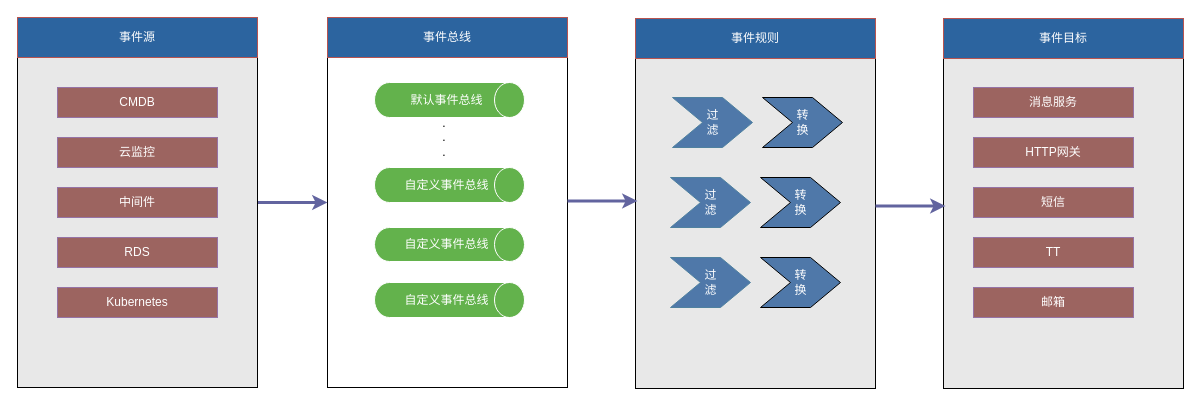
The draw.io diagram OPPO事件管理架构.drawio in qiangyin/zipkin-server, before the edit. Source tidied: cells renumbered, new cells numbered last; positions are measured from the earlier drawing's top-left corner, leaving out a move shared by most shapes. Both pictures are drawn from the tidied source at 100%, with x=0, y=0 at pixel (17, 17).
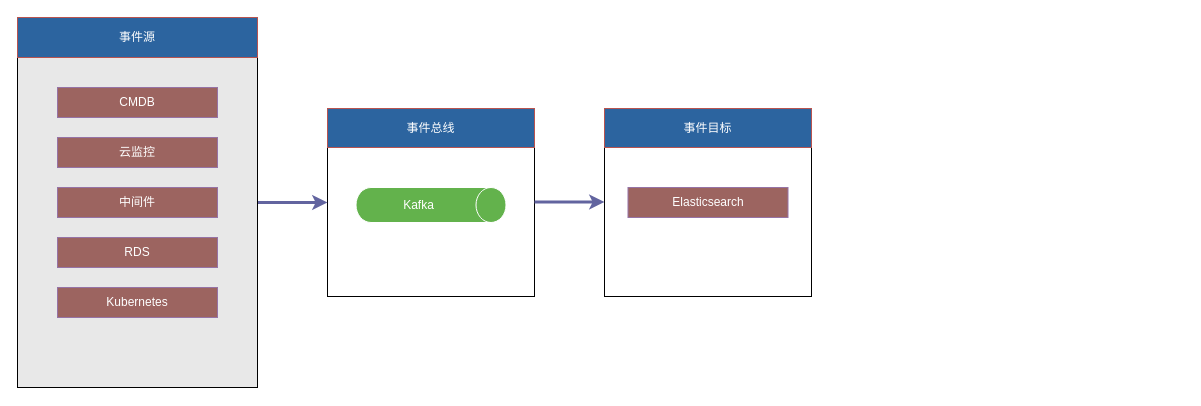
The same diagram, later.

Commit message:
更新OPPO事件管理架构.drawio

The edit, as a diff of the source:
```diff
@@
     <mxCell id="2" style="rounded=0;whiteSpace=wrap;html=1;fillColor=#FFFFFF;" parent="1" vertex="1">
-      <mxGeometry x="310" width="240" height="370" as="geometry" />
+      <mxGeometry x="310" y="91" width="207" height="188" as="geometry" />
     </mxCell>
@@
-    <mxCell id="11" value="&lt;font color=&quot;#ffffff&quot;&gt;&amp;nbsp; &amp;nbsp; &amp;nbsp; 默认事件总线&lt;/font&gt;" style="shape=cylinder3;whiteSpace=wrap;html=1;boundedLbl=1;backgroundOutline=1;size=15;direction=south;fillColor=#63b24c;strokeColor=#ffffff;" parent="1" vertex="1">
-      <mxGeometry x="357" y="65" width="150" height="35" as="geometry" />
-    </mxCell>
-    <mxCell id="12" value="&lt;font color=&quot;#ffffff&quot;&gt;&amp;nbsp; &amp;nbsp; &amp;nbsp; 自定义事件总线&lt;/font&gt;" style="shape=cylinder3;whiteSpace=wrap;html=1;boundedLbl=1;backgroundOutline=1;size=15;direction=south;fillColor=#63b24c;strokeColor=#ffffff;" parent="1" vertex="1">
-      <mxGeometry x="357" y="150" width="150" height="35" as="geometry" />
+    <mxCell id="12" value="&lt;font color=&quot;#ffffff&quot;&gt;Kafka&lt;/font&gt;" style="shape=cylinder3;whiteSpace=wrap;html=1;boundedLbl=1;backgroundOutline=1;size=15;direction=south;fillColor=#63b24c;strokeColor=#ffffff;" parent="1" vertex="1">
+      <mxGeometry x="338.5" y="170" width="150" height="35" as="geometry" />
     </mxCell>
-    <mxCell id="13" value="&lt;font color=&quot;#ffffff&quot;&gt;&amp;nbsp; &amp;nbsp; &amp;nbsp; 自定义事件总线&lt;/font&gt;" style="shape=cylinder3;whiteSpace=wrap;html=1;boundedLbl=1;backgroundOutline=1;size=15;direction=south;fillColor=#63b24c;strokeColor=#ffffff;" parent="1" vertex="1">
-      <mxGeometry x="357" y="210" width="150" height="34" as="geometry" />
-    </mxCell>
-    <mxCell id="14" value="&lt;font color=&quot;#ffffff&quot;&gt;&amp;nbsp; &amp;nbsp; &amp;nbsp; 自定义事件总线&lt;/font&gt;" style="shape=cylinder3;whiteSpace=wrap;html=1;boundedLbl=1;backgroundOutline=1;size=15;direction=south;fillColor=#63b24c;strokeColor=#ffffff;" parent="1" vertex="1">
-      <mxGeometry x="357" y="265" width="150" height="35" as="geometry" />
-    </mxCell>
-    <mxCell id="15" value=".&lt;div&gt;.&lt;/div&gt;&lt;div&gt;.&lt;/div&gt;" style="text;html=1;align=center;verticalAlign=middle;whiteSpace=wrap;rounded=0;strokeWidth=4;" parent="1" vertex="1">
-      <mxGeometry x="402" y="100" width="50" height="40" as="geometry" />
-    </mxCell>
     <mxCell id="16" value="&lt;font color=&quot;#ffffff&quot;&gt;事件总线&lt;/font&gt;" style="text;html=1;align=center;verticalAlign=middle;whiteSpace=wrap;rounded=0;fillColor=#2C649F;strokeColor=#b85450;" parent="1" vertex="1">
-      <mxGeometry x="310" width="240" height="40" as="geometry" />
+      <mxGeometry x="310" y="91" width="207" height="39" as="geometry" />
     </mxCell>
-    <mxCell id="17" style="rounded=0;whiteSpace=wrap;html=1;fillColor=#E8E8E8;" parent="1" vertex="1">
-      <mxGeometry x="618" y="1" width="240" height="370" as="geometry" />
-    </mxCell>
-    <mxCell id="18" value="&lt;font color=&quot;#ffffff&quot;&gt;事件规则&lt;/font&gt;" style="text;html=1;align=center;verticalAlign=middle;whiteSpace=wrap;rounded=0;fillColor=#2C649F;strokeColor=#b85450;" parent="1" vertex="1">
-      <mxGeometry x="618" y="1" width="240" height="40" as="geometry" />
-    </mxCell>
-    <mxCell id="19" value="&lt;font color=&quot;#ffffff&quot;&gt;过&lt;/font&gt;&lt;div&gt;&lt;font color=&quot;#ffffff&quot;&gt;滤&lt;/font&gt;&lt;/div&gt;" style="html=1;shadow=0;dashed=0;align=center;verticalAlign=middle;shape=mxgraph.arrows2.arrow;dy=0;dx=30;notch=30;strokeColor=#4F819F;fillColor=#4F78A9;" parent="1" vertex="1">
-      <mxGeometry x="655" y="80" width="80" height="50" as="geometry" />
-    </mxCell>
-    <mxCell id="20" value="&lt;font color=&quot;#ffffff&quot;&gt;转&lt;/font&gt;&lt;div&gt;&lt;font color=&quot;#ffffff&quot;&gt;换&lt;/font&gt;&lt;/div&gt;" style="html=1;shadow=0;dashed=0;align=center;verticalAlign=middle;shape=mxgraph.arrows2.arrow;dy=0;dx=30;notch=30;fillColor=#4F78A9;" parent="1" vertex="1">
-      <mxGeometry x="745" y="80" width="80" height="50" as="geometry" />
-    </mxCell>
-    <mxCell id="21" value="&lt;font color=&quot;#ffffff&quot;&gt;过&lt;/font&gt;&lt;div&gt;&lt;font color=&quot;#ffffff&quot;&gt;滤&lt;/font&gt;&lt;/div&gt;" style="html=1;shadow=0;dashed=0;align=center;verticalAlign=middle;shape=mxgraph.arrows2.arrow;dy=0;dx=30;notch=30;strokeColor=#4F819F;fillColor=#4F78A9;" parent="1" vertex="1">
-      <mxGeometry x="653" y="160" width="80" height="50" as="geometry" />
-    </mxCell>
-    <mxCell id="22" value="&lt;font color=&quot;#ffffff&quot;&gt;转&lt;/font&gt;&lt;div&gt;&lt;font color=&quot;#ffffff&quot;&gt;换&lt;/font&gt;&lt;/div&gt;" style="html=1;shadow=0;dashed=0;align=center;verticalAlign=middle;shape=mxgraph.arrows2.arrow;dy=0;dx=30;notch=30;fillColor=#4F78A9;" parent="1" vertex="1">
-      <mxGeometry x="743" y="160" width="80" height="50" as="geometry" />
-    </mxCell>
-    <mxCell id="23" value="&lt;font color=&quot;#ffffff&quot;&gt;过&lt;/font&gt;&lt;div&gt;&lt;font color=&quot;#ffffff&quot;&gt;滤&lt;/font&gt;&lt;/div&gt;" style="html=1;shadow=0;dashed=0;align=center;verticalAlign=middle;shape=mxgraph.arrows2.arrow;dy=0;dx=30;notch=30;strokeColor=#4F819F;fillColor=#4F78A9;" parent="1" vertex="1">
-      <mxGeometry x="653" y="240" width="80" height="50" as="geometry" />
-    </mxCell>
-    <mxCell id="24" value="&lt;font color=&quot;#ffffff&quot;&gt;转&lt;/font&gt;&lt;div&gt;&lt;font color=&quot;#ffffff&quot;&gt;换&lt;/font&gt;&lt;/div&gt;" style="html=1;shadow=0;dashed=0;align=center;verticalAlign=middle;shape=mxgraph.arrows2.arrow;dy=0;dx=30;notch=30;fillColor=#4F78A9;" parent="1" vertex="1">
-      <mxGeometry x="743" y="240" width="80" height="50" as="geometry" />
-    </mxCell>
-    <mxCell id="25" style="rounded=0;whiteSpace=wrap;html=1;fillColor=#E8E8E8;" parent="1" vertex="1">
-      <mxGeometry x="926" y="1" width="240" height="370" as="geometry" />
-    </mxCell>
+    <mxCell id="32" style="edgeStyle=orthogonalEdgeStyle;rounded=0;orthogonalLoop=1;jettySize=auto;html=1;strokeColor=#62649F;strokeWidth=3;" parent="1" edge="1">
+      <mxGeometry relative="1" as="geometry">
+        <mxPoint x="517" y="184.5" as="sourcePoint" />
+        <mxPoint x="587" y="184.5" as="targetPoint" />
+      </mxGeometry>
+    </mxCell>
+    <mxCell id="34" style="rounded=0;whiteSpace=wrap;html=1;fillColor=#FFFFFF;" parent="1" vertex="1">
+      <mxGeometry x="587" y="91" width="207" height="188" as="geometry" />
+    </mxCell>
     <mxCell id="26" value="&lt;font color=&quot;#ffffff&quot;&gt;事件目标&lt;/font&gt;" style="text;html=1;align=center;verticalAlign=middle;whiteSpace=wrap;rounded=0;fillColor=#2C649F;strokeColor=#b85450;" parent="1" vertex="1">
-      <mxGeometry x="926" y="1" width="240" height="40" as="geometry" />
+      <mxGeometry x="587" y="91" width="207" height="39" as="geometry" />
     </mxCell>
-    <mxCell id="27" value="&lt;font color=&quot;#ffffff&quot;&gt;消息服务&lt;/font&gt;" style="text;html=1;align=center;verticalAlign=middle;whiteSpace=wrap;rounded=0;fillColor=#9C6460;strokeColor=#9673a6;" parent="1" vertex="1">
-      <mxGeometry x="956" y="70" width="160" height="30" as="geometry" />
-    </mxCell>
-    <mxCell id="28" value="&lt;font color=&quot;#ffffff&quot;&gt;短信&lt;/font&gt;" style="text;html=1;align=center;verticalAlign=middle;whiteSpace=wrap;rounded=0;fillColor=#9C6460;strokeColor=#9673a6;" parent="1" vertex="1">
-      <mxGeometry x="956" y="170" width="160" height="30" as="geometry" />
-    </mxCell>
-    <mxCell id="29" value="&lt;font color=&quot;#ffffff&quot;&gt;TT&lt;/font&gt;" style="text;html=1;align=center;verticalAlign=middle;whiteSpace=wrap;rounded=0;fillColor=#9C6460;strokeColor=#9673a6;" parent="1" vertex="1">
-      <mxGeometry x="956" y="220" width="160" height="30" as="geometry" />
-    </mxCell>
-    <mxCell id="30" value="&lt;font color=&quot;#ffffff&quot;&gt;邮箱&lt;/font&gt;" style="text;html=1;align=center;verticalAlign=middle;whiteSpace=wrap;rounded=0;fillColor=#9C6460;strokeColor=#9673a6;" parent="1" vertex="1">
-      <mxGeometry x="956" y="270" width="160" height="30" as="geometry" />
-    </mxCell>
-    <mxCell id="31" value="&lt;font color=&quot;#ffffff&quot;&gt;HTTP网关&lt;/font&gt;" style="text;html=1;align=center;verticalAlign=middle;whiteSpace=wrap;rounded=0;fillColor=#9C6460;strokeColor=#9673a6;" parent="1" vertex="1">
-      <mxGeometry x="956" y="120" width="160" height="30" as="geometry" />
-    </mxCell>
-    <mxCell id="32" style="edgeStyle=orthogonalEdgeStyle;rounded=0;orthogonalLoop=1;jettySize=auto;html=1;strokeColor=#62649F;strokeWidth=3;" parent="1" edge="1">
-      <mxGeometry relative="1" as="geometry">
-        <mxPoint x="550" y="183.5" as="sourcePoint" />
-        <mxPoint x="620" y="183.5" as="targetPoint" />
-      </mxGeometry>
-    </mxCell>
-    <mxCell id="33" style="edgeStyle=orthogonalEdgeStyle;rounded=0;orthogonalLoop=1;jettySize=auto;html=1;strokeColor=#62649F;strokeWidth=3;" parent="1" edge="1">
-      <mxGeometry relative="1" as="geometry">
-        <mxPoint x="858" y="188.5" as="sourcePoint" />
-        <mxPoint x="928" y="188.5" as="targetPoint" />
-      </mxGeometry>
-    </mxCell>
+    <mxCell id="35" value="&lt;font color=&quot;#ffffff&quot;&gt;Elasticsearch&lt;/font&gt;" style="text;html=1;align=center;verticalAlign=middle;whiteSpace=wrap;rounded=0;fillColor=#9C6460;strokeColor=#9673a6;" parent="1" vertex="1">
+      <mxGeometry x="610.5" y="170" width="160" height="30" as="geometry" />
+    </mxCell>
```
